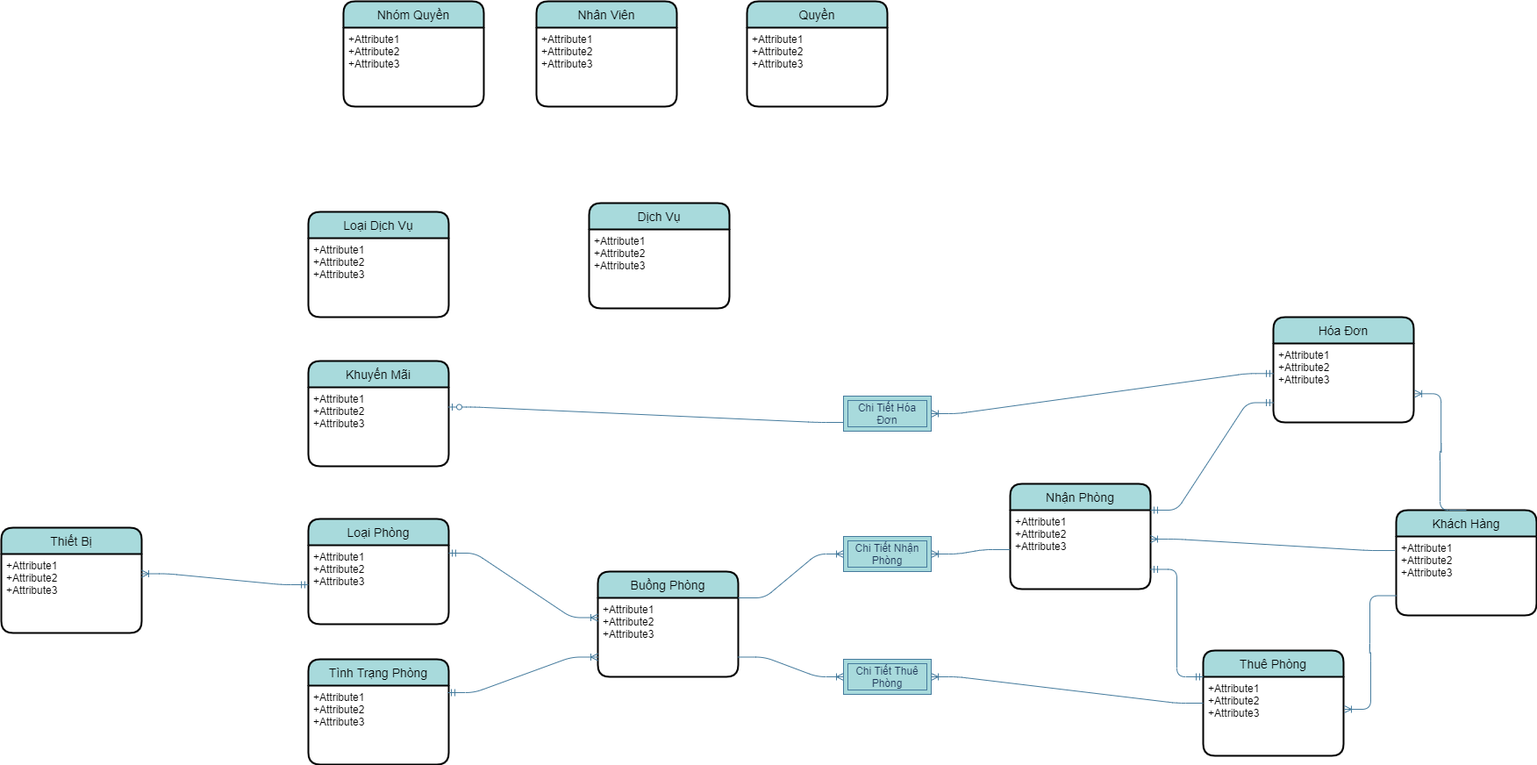
This is EntityRelationship-QLKS.png from maialino123/QLKS, a draw.io export, as it was before one commit. Source tidied: cells renumbered, new cells last; positions are measured from the earlier drawing's top-left corner, leaving out a move shared by most shapes.
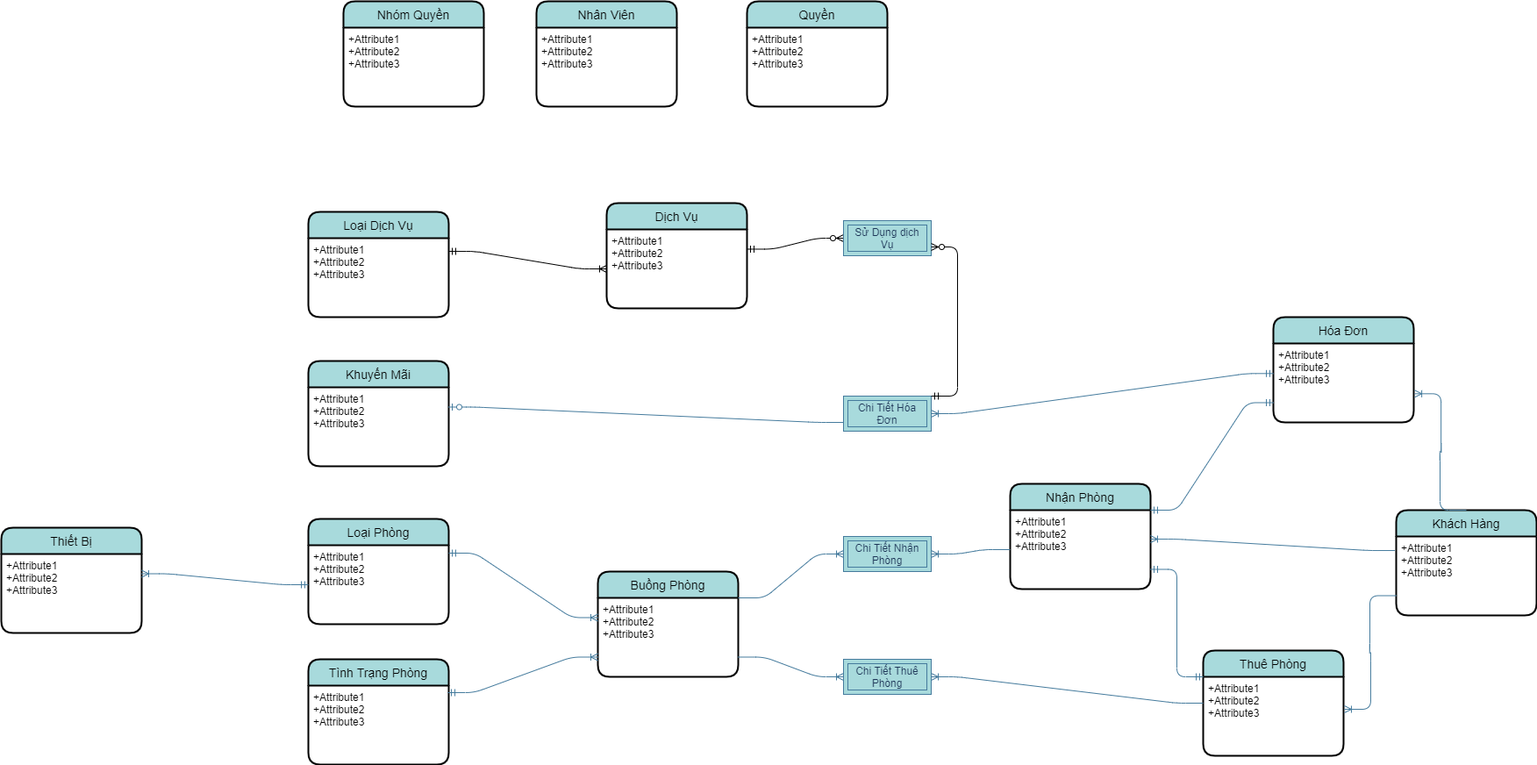
The same diagram one commit later.

Diff of the diagram source:
```diff
@@ -57,7 +57,7 @@
       <mxGeometry y="30" width="160" height="90" as="geometry" />
     </mxCell>
     <mxCell id="20" value="Dịch Vụ" style="swimlane;horizontal=1;startSize=30;rounded=1;fontSize=14;fontStyle=0;strokeWidth=2;shadow=0;dashed=0;align=center;fillColor=#A8DADC;" parent="1" vertex="1">
-      <mxGeometry x="670" y="230" width="160" height="120" as="geometry" />
+      <mxGeometry x="690" y="230" width="160" height="120" as="geometry" />
     </mxCell>
     <mxCell id="21" value="+Attribute1&#10;+Attribute2&#10;+Attribute3" style="align=left;strokeColor=none;fillColor=none;spacingLeft=4;fontSize=12;verticalAlign=top;" parent="20" vertex="1">
       <mxGeometry y="30" width="160" height="90" as="geometry" />
@@ -137,5 +137,17 @@
     <mxCell id="46" style="edgeStyle=entityRelationEdgeStyle;fontSize=12;html=1;endArrow=ERoneToMany;startArrow=ERmandOne;strokeColor=#457B9D;fillColor=#A8DADC;entryX=1;entryY=0.25;entryDx=0;entryDy=0;exitX=0;exitY=0.5;exitDx=0;exitDy=0;" parent="1" edge="1" source="9" target="19">
       <mxGeometry relative="1" as="geometry" />
     </mxCell>
+    <mxCell id="47" style="edgeStyle=entityRelationEdgeStyle;fontSize=12;html=1;endArrow=ERoneToMany;startArrow=ERmandOne;exitX=1;exitY=0.167;exitDx=0;exitDy=0;exitPerimeter=0;entryX=0;entryY=0.5;entryDx=0;entryDy=0;" parent="1" edge="1" source="45" target="21">
+      <mxGeometry relative="1" as="geometry" />
+    </mxCell>
+    <mxCell id="48" style="edgeStyle=entityRelationEdgeStyle;fontSize=12;html=1;endArrow=ERzeroToMany;startArrow=ERmandOne;exitX=1;exitY=0.25;exitDx=0;exitDy=0;entryX=0;entryY=0.5;entryDx=0;entryDy=0;" parent="1" edge="1" source="21" target="49">
+      <mxGeometry relative="1" as="geometry" />
+    </mxCell>
+    <mxCell id="49" value="Sử Dụng dịch Vụ" style="shape=ext;margin=3;double=1;whiteSpace=wrap;html=1;align=center;strokeColor=#457B9D;fillColor=#A8DADC;fontColor=#1D3557;" parent="1" vertex="1">
+      <mxGeometry x="960" y="250" width="100" height="40" as="geometry" />
+    </mxCell>
+    <mxCell id="50" style="edgeStyle=entityRelationEdgeStyle;fontSize=12;html=1;endArrow=ERzeroToMany;startArrow=ERmandOne;exitX=1;exitY=0;exitDx=0;exitDy=0;entryX=1;entryY=0.75;entryDx=0;entryDy=0;" parent="1" edge="1" source="39" target="49">
+      <mxGeometry relative="1" as="geometry" />
+    </mxCell>
   </root>
 </mxGraphModel>
```
